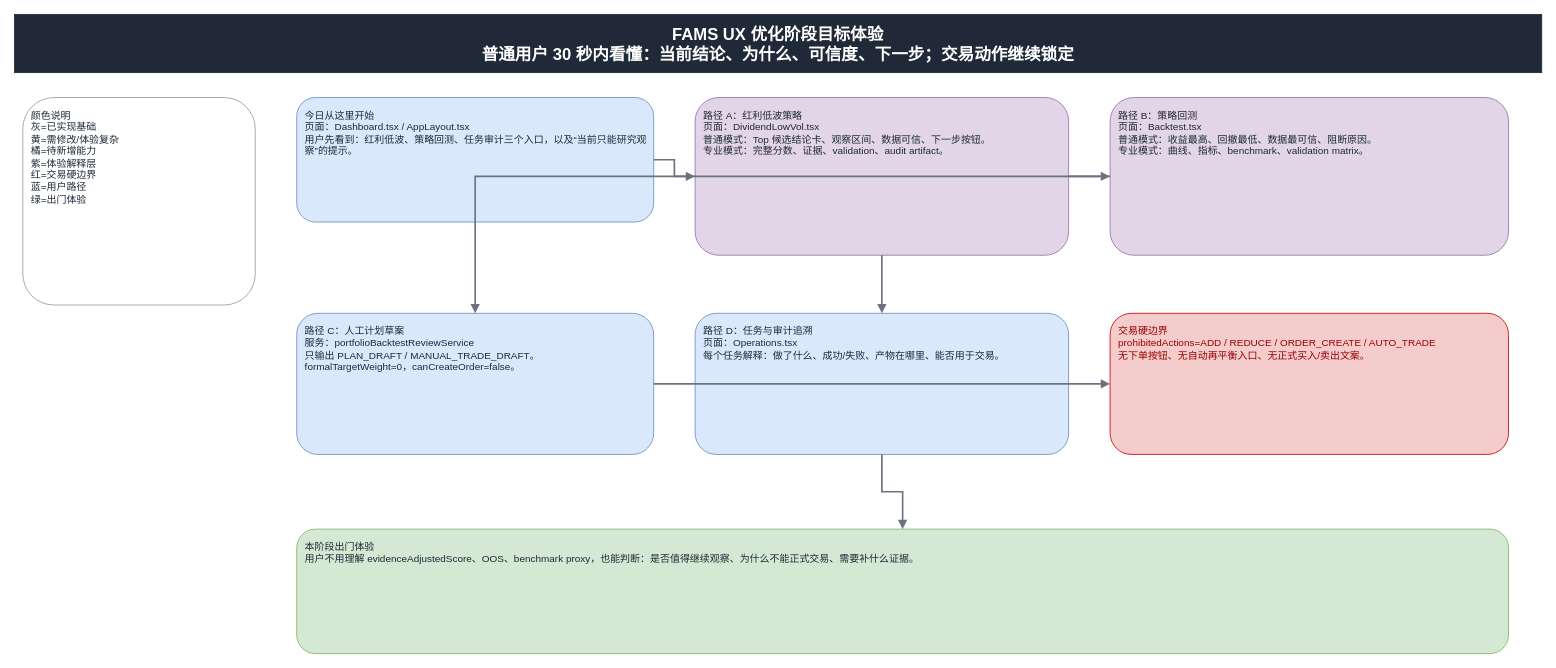
Earlier version of the draw.io diagram page "01 目标体验与用户路径" (1 of 8) of docs/target-architecture-gap.drawio (ljx418/FAMS). Source tidied: cells renumbered, new cells numbered last; positions are measured from the earlier drawing's top-left corner, leaving out a move shared by most shapes. Both pictures are drawn from the tidied source at 83%, with x=0, y=0 at pixel (14, 14).
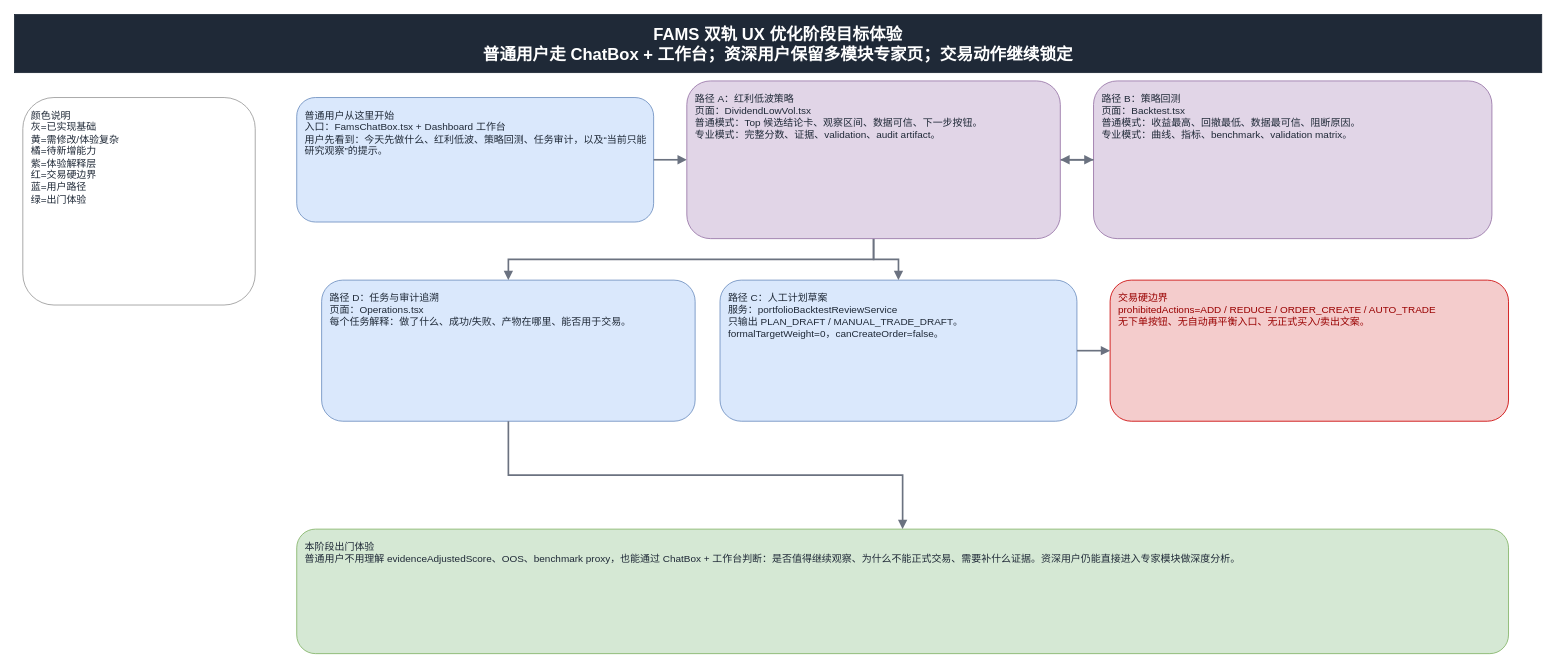
After the change.

The edit, as a diff of the source:
```diff
@@
 <mxGraphModel>
   <root>
     <mxCell id="0" />
     <mxCell id="1" parent="0" />
-    <mxCell id="2" value="FAMS UX 优化阶段目标体验&#10;普通用户 30 秒内看懂：当前结论、为什么、可信度、下一步；交易动作继续锁定" style="rounded=0;whiteSpace=wrap;html=1;fillColor=#1f2937;strokeColor=#1f2937;fontColor=#ffffff;fontStyle=1;fontSize=20;align=center;verticalAlign=middle;" parent="1" vertex="1">
+    <mxCell id="2" value="FAMS 双轨 UX 优化阶段目标体验&#10;普通用户走 ChatBox + 工作台；资深用户保留多模块专家页；交易动作继续锁定" style="rounded=0;whiteSpace=wrap;html=1;fillColor=#1f2937;strokeColor=#1f2937;fontColor=#ffffff;fontStyle=1;fontSize=20;align=center;verticalAlign=middle;" parent="1" vertex="1">
       <mxGeometry width="1840" height="70" as="geometry" />
     </mxCell>
     <mxCell id="3" value="颜色说明&#10;灰=已实现基础&#10;黄=需修改/体验复杂&#10;橘=待新增能力&#10;紫=体验解释层&#10;红=交易硬边界&#10;蓝=用户路径&#10;绿=出门体验" style="rounded=1;whiteSpace=wrap;html=1;spacing=10;fontSize=12;align=left;verticalAlign=top;fillColor=#ffffff;strokeColor=#999999;fontColor=#1f2937;" parent="1" vertex="1">
       <mxGeometry x="10" y="100" width="280" height="250" as="geometry" />
     </mxCell>
-    <mxCell id="4" value="今日从这里开始&#10;页面：Dashboard.tsx / AppLayout.tsx&#10;用户先看到：红利低波、策略回测、任务审计三个入口，以及“当前只能研究观察”的提示。" style="rounded=1;whiteSpace=wrap;html=1;spacing=10;fontSize=12;align=left;verticalAlign=top;fillColor=#dae8fc;strokeColor=#6c8ebf;fontColor=#1f2937;" parent="1" vertex="1">
+    <mxCell id="4" value="普通用户从这里开始&#10;入口：FamsChatBox.tsx + Dashboard 工作台&#10;用户先看到：今天先做什么、红利低波、策略回测、任务审计，以及“当前只能研究观察”的提示。" style="rounded=1;whiteSpace=wrap;html=1;spacing=10;fontSize=12;align=left;verticalAlign=top;fillColor=#dae8fc;strokeColor=#6c8ebf;fontColor=#1f2937;" parent="1" vertex="1">
       <mxGeometry x="340" y="100" width="430" height="150" as="geometry" />
     </mxCell>
-    <mxCell id="5" value="路径 A：红利低波策略&#10;页面：DividendLowVol.tsx&#10;普通模式：Top 候选结论卡、观察区间、数据可信、下一步按钮。&#10;专业模式：完整分数、证据、validation、audit artifact。" style="rounded=1;whiteSpace=wrap;html=1;spacing=10;fontSize=12;align=left;verticalAlign=top;fillColor=#e1d5e7;strokeColor=#9673a6;fontColor=#1f2937;" parent="1" vertex="1">
-      <mxGeometry x="820" y="100" width="450" height="190" as="geometry" />
-    </mxCell>
     <mxCell id="6" value="路径 B：策略回测&#10;页面：Backtest.tsx&#10;普通模式：收益最高、回撤最低、数据最可信、阻断原因。&#10;专业模式：曲线、指标、benchmark、validation matrix。" style="rounded=1;whiteSpace=wrap;html=1;spacing=10;fontSize=12;align=left;verticalAlign=top;fillColor=#e1d5e7;strokeColor=#9673a6;fontColor=#1f2937;" parent="1" vertex="1">
-      <mxGeometry x="1320" y="100" width="480" height="190" as="geometry" />
+      <mxGeometry x="1300" y="80" width="480" height="190" as="geometry" />
     </mxCell>
     <mxCell id="7" value="路径 C：人工计划草案&#10;服务：portfolioBacktestReviewService&#10;只输出 PLAN_DRAFT / MANUAL_TRADE_DRAFT。formalTargetWeight=0，canCreateOrder=false。" style="rounded=1;whiteSpace=wrap;html=1;spacing=10;fontSize=12;align=left;verticalAlign=top;fillColor=#dae8fc;strokeColor=#6c8ebf;fontColor=#1f2937;" parent="1" vertex="1">
-      <mxGeometry x="340" y="360" width="430" height="170" as="geometry" />
+      <mxGeometry x="850" y="320" width="430" height="170" as="geometry" />
     </mxCell>
     <mxCell id="8" value="路径 D：任务与审计追溯&#10;页面：Operations.tsx&#10;每个任务解释：做了什么、成功/失败、产物在哪里、能否用于交易。" style="rounded=1;whiteSpace=wrap;html=1;spacing=10;fontSize=12;align=left;verticalAlign=top;fillColor=#dae8fc;strokeColor=#6c8ebf;fontColor=#1f2937;" parent="1" vertex="1">
-      <mxGeometry x="820" y="360" width="450" height="170" as="geometry" />
+      <mxGeometry x="370" y="320" width="450" height="170" as="geometry" />
     </mxCell>
     <mxCell id="9" value="交易硬边界&#10;prohibitedActions=ADD / REDUCE / ORDER_CREATE / AUTO_TRADE&#10;无下单按钮、无自动再平衡入口、无正式买入/卖出文案。" style="rounded=1;whiteSpace=wrap;html=1;spacing=10;fontSize=12;align=left;verticalAlign=top;fillColor=#f4cccc;strokeColor=#cc0000;fontColor=#990000;" parent="1" vertex="1">
-      <mxGeometry x="1320" y="360" width="480" height="170" as="geometry" />
+      <mxGeometry x="1320" y="320" width="480" height="170" as="geometry" />
     </mxCell>
-    <mxCell id="10" value="本阶段出门体验&#10;用户不用理解 evidenceAdjustedScore、OOS、benchmark proxy，也能判断：是否值得继续观察、为什么不能正式交易、需要补什么证据。" style="rounded=1;whiteSpace=wrap;html=1;spacing=10;fontSize=12;align=left;verticalAlign=top;fillColor=#d5e8d4;strokeColor=#82b366;fontColor=#1f2937;" parent="1" vertex="1">
+    <mxCell id="10" value="本阶段出门体验&#10;普通用户不用理解 evidenceAdjustedScore、OOS、benchmark proxy，也能通过 ChatBox + 工作台判断：是否值得继续观察、为什么不能正式交易、需要补什么证据。资深用户仍能直接进入专家模块做深度分析。" style="rounded=1;whiteSpace=wrap;html=1;spacing=10;fontSize=12;align=left;verticalAlign=top;fillColor=#d5e8d4;strokeColor=#82b366;fontColor=#1f2937;" parent="1" vertex="1">
       <mxGeometry x="340" y="620" width="1460" height="150" as="geometry" />
     </mxCell>
     <mxCell id="11" style="edgeStyle=orthogonalEdgeStyle;rounded=0;jettySize=auto;html=1;strokeColor=#6b7280;strokeWidth=2;endArrow=block;endFill=1;" parent="1" edge="1" source="4" target="5">
       <mxGeometry relative="1" as="geometry" />
     </mxCell>
     <mxCell id="12" style="edgeStyle=orthogonalEdgeStyle;rounded=0;jettySize=auto;html=1;strokeColor=#6b7280;strokeWidth=2;endArrow=block;endFill=1;" parent="1" edge="1" source="5" target="6">
       <mxGeometry relative="1" as="geometry" />
     </mxCell>
-    <mxCell id="13" style="edgeStyle=orthogonalEdgeStyle;rounded=0;jettySize=auto;html=1;strokeColor=#6b7280;strokeWidth=2;endArrow=block;endFill=1;" parent="1" edge="1" source="6" target="7">
+    <mxCell id="13" style="edgeStyle=orthogonalEdgeStyle;rounded=0;jettySize=auto;html=1;strokeColor=#6b7280;strokeWidth=2;endArrow=block;endFill=1;" parent="1" edge="1" source="5" target="7">
       <mxGeometry relative="1" as="geometry" />
     </mxCell>
     <mxCell id="14" style="edgeStyle=orthogonalEdgeStyle;rounded=0;jettySize=auto;html=1;strokeColor=#6b7280;strokeWidth=2;endArrow=block;endFill=1;" parent="1" edge="1" source="7" target="9">
       <mxGeometry relative="1" as="geometry" />
     </mxCell>
     <mxCell id="15" style="edgeStyle=orthogonalEdgeStyle;rounded=0;jettySize=auto;html=1;strokeColor=#6b7280;strokeWidth=2;endArrow=block;endFill=1;" parent="1" edge="1" source="5" target="8">
       <mxGeometry relative="1" as="geometry" />
     </mxCell>
     <mxCell id="16" style="edgeStyle=orthogonalEdgeStyle;rounded=0;jettySize=auto;html=1;strokeColor=#6b7280;strokeWidth=2;endArrow=block;endFill=1;" parent="1" edge="1" source="8" target="10">
       <mxGeometry relative="1" as="geometry" />
     </mxCell>
+    <mxCell id="17" style="edgeStyle=orthogonalEdgeStyle;rounded=0;jettySize=auto;html=1;strokeColor=#6b7280;strokeWidth=2;endArrow=block;endFill=1;" parent="1" edge="1" source="6" target="5">
+      <mxGeometry relative="1" as="geometry" />
+    </mxCell>
+    <mxCell id="5" value="路径 A：红利低波策略&#10;页面：DividendLowVol.tsx&#10;普通模式：Top 候选结论卡、观察区间、数据可信、下一步按钮。&#10;专业模式：完整分数、证据、validation、audit artifact。" style="rounded=1;whiteSpace=wrap;html=1;spacing=10;fontSize=12;align=left;verticalAlign=top;fillColor=#e1d5e7;strokeColor=#9673a6;fontColor=#1f2937;" parent="1" vertex="1">
+      <mxGeometry x="810" y="80" width="450" height="190" as="geometry" />
+    </mxCell>
   </root>
 </mxGraphModel>
```
